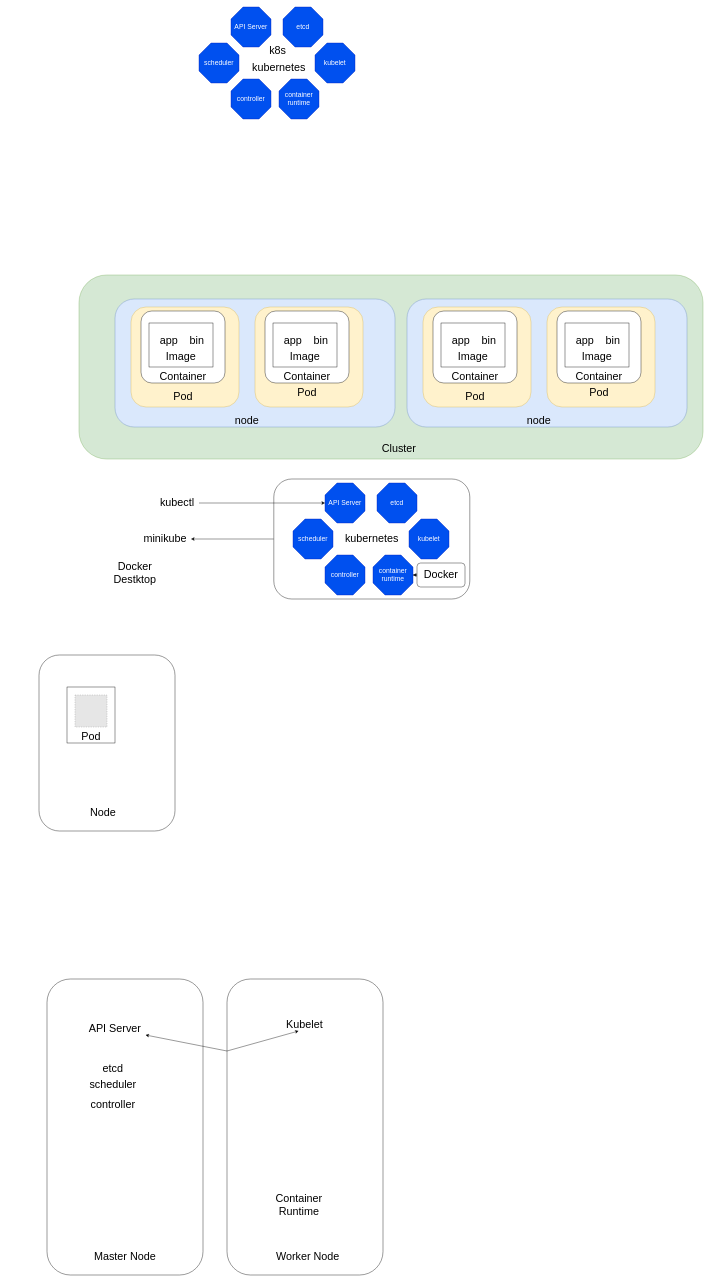
ibrahimediz/KubernetesEgitim_2706_0107 keeps this draw.io diagram as Documents/kubernetesArch.drawio. Above is the earlier version. Source tidied: cells renumbered, new cells numbered last; positions are measured from the earlier drawing's top-left corner, leaving out a move shared by most shapes. Both pictures are drawn from the tidied source at 40%, with x=0, y=0 at pixel (39, 7). Pictures stored in the file or linked from it are replaced by grey dashed boxes.
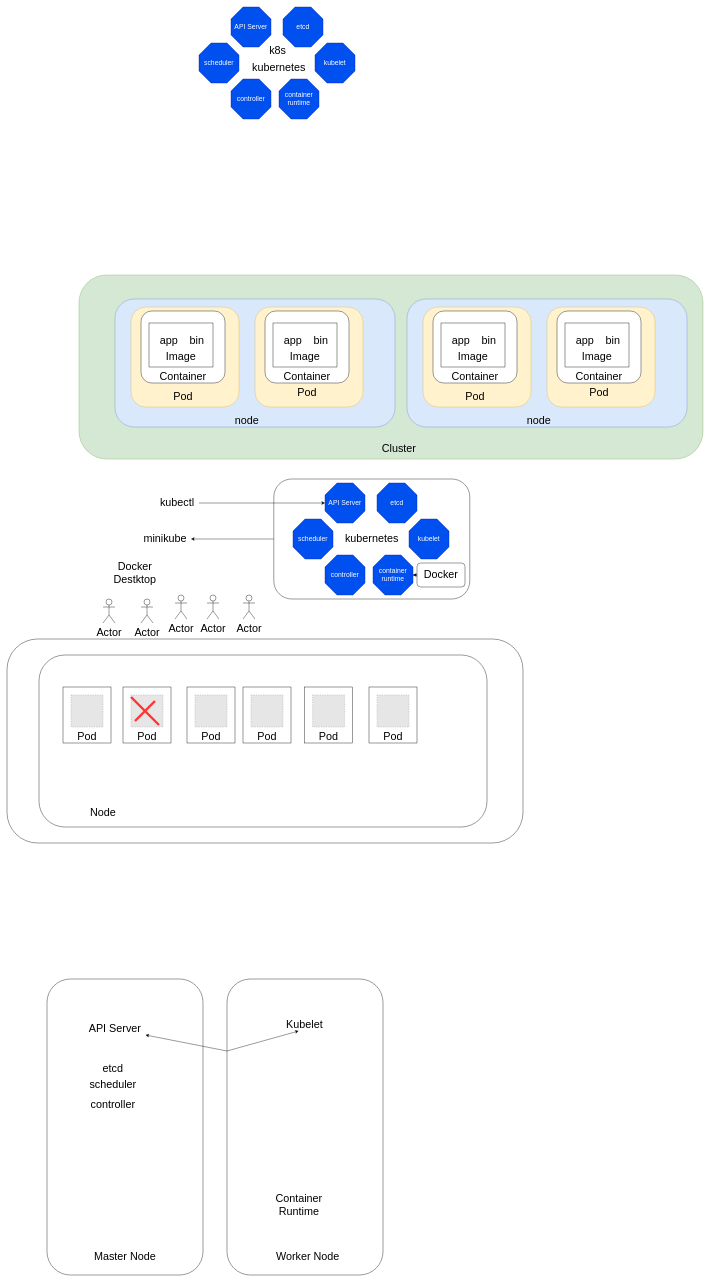
Above is the later version.

Change to the diagram source:
```diff
@@
+    <mxCell id="80" style="rounded=1;whiteSpace=wrap;html=1;fontSize=27;" parent="1" vertex="1">
+      <mxGeometry x="-80" y="1580" width="1290" height="510" as="geometry" />
+    </mxCell>
@@
     <mxCell id="64" style="rounded=1;whiteSpace=wrap;html=1;fontSize=27;" parent="1" vertex="1">
-      <mxGeometry y="1620" width="340" height="440" as="geometry" />
+      <mxGeometry y="1620" width="1120" height="430" as="geometry" />
     </mxCell>
@@
-    <mxCell id="66" style="rounded=0;whiteSpace=wrap;html=1;fontSize=27;" parent="1" vertex="1">
-      <mxGeometry x="70" y="1700" width="120" height="140" as="geometry" />
-    </mxCell>
-    <mxCell id="67" style="fillColor=#E6E6E6;strokeColor=#999999;dashed=1;verticalLabelPosition=bottom;labelBackgroundColor=default;verticalAlign=top;" parent="1" vertex="1">
-      <mxGeometry x="90" y="1720" width="80" height="80" as="geometry" />
-    </mxCell>
-    <mxCell id="68" value="Pod" style="text;html=1;strokeColor=none;fillColor=none;align=center;verticalAlign=middle;whiteSpace=wrap;rounded=0;fontSize=27;" parent="1" vertex="1">
-      <mxGeometry x="100" y="1810" width="60" height="30" as="geometry" />
-    </mxCell>
@@
+    <mxCell id="81" style="group;" parent="1" vertex="1">
+      <mxGeometry x="210" y="1700" width="120" height="140" as="geometry" />
+    </mxCell>
+    <mxCell id="82" style="rounded=0;whiteSpace=wrap;html=1;fontSize=27;" parent="81" vertex="1">
+      <mxGeometry width="120" height="140" as="geometry" />
+    </mxCell>
+    <mxCell id="83" style="fillColor=#E6E6E6;strokeColor=#999999;dashed=1;verticalLabelPosition=bottom;labelBackgroundColor=default;verticalAlign=top;" parent="81" vertex="1">
+      <mxGeometry x="20" y="20" width="80" height="80" as="geometry" />
+    </mxCell>
+    <mxCell id="84" value="Pod" style="text;html=1;strokeColor=none;fillColor=none;align=center;verticalAlign=middle;whiteSpace=wrap;rounded=0;fontSize=27;" parent="81" vertex="1">
+      <mxGeometry x="30" y="110" width="60" height="30" as="geometry" />
+    </mxCell>
+    <mxCell id="85" style="endArrow=none;html=1;rounded=0;fontSize=27;strokeColor=#FF3333;strokeWidth=6;" parent="81" edge="1">
+      <mxGeometry relative="1" as="geometry">
+        <mxPoint x="30" y="85" as="sourcePoint" />
+        <mxPoint x="80" y="35" as="targetPoint" />
+      </mxGeometry>
+    </mxCell>
+    <mxCell id="86" style="endArrow=none;html=1;rounded=0;fontSize=27;strokeColor=#FF3333;strokeWidth=6;" parent="81" edge="1">
+      <mxGeometry relative="1" as="geometry">
+        <mxPoint x="90" y="95" as="sourcePoint" />
+        <mxPoint x="20" y="25" as="targetPoint" />
+      </mxGeometry>
+    </mxCell>
+    <mxCell id="87" value="Actor" style="shape=umlActor;verticalLabelPosition=bottom;verticalAlign=top;html=1;fontSize=27;" parent="1" vertex="1">
+      <mxGeometry x="420" y="1470" width="30" height="60" as="geometry" />
+    </mxCell>
+    <mxCell id="88" style="group;" parent="1" vertex="1">
+      <mxGeometry x="60" y="1700" width="120" height="140" as="geometry" />
+    </mxCell>
+    <mxCell id="89" style="rounded=0;whiteSpace=wrap;html=1;fontSize=27;" parent="88" vertex="1">
+      <mxGeometry width="120" height="140" as="geometry" />
+    </mxCell>
+    <mxCell id="90" style="fillColor=#E6E6E6;strokeColor=#999999;dashed=1;verticalLabelPosition=bottom;labelBackgroundColor=default;verticalAlign=top;" parent="88" vertex="1">
+      <mxGeometry x="20" y="20" width="80" height="80" as="geometry" />
+    </mxCell>
+    <mxCell id="91" value="Pod" style="text;html=1;strokeColor=none;fillColor=none;align=center;verticalAlign=middle;whiteSpace=wrap;rounded=0;fontSize=27;" parent="88" vertex="1">
+      <mxGeometry x="30" y="110" width="60" height="30" as="geometry" />
+    </mxCell>
+    <mxCell id="92" value="Actor" style="shape=umlActor;verticalLabelPosition=bottom;verticalAlign=top;html=1;fontSize=27;" parent="1" vertex="1">
+      <mxGeometry x="510" y="1470" width="30" height="60" as="geometry" />
+    </mxCell>
+    <mxCell id="93" value="Actor" style="shape=umlActor;verticalLabelPosition=bottom;verticalAlign=top;html=1;fontSize=27;" parent="1" vertex="1">
+      <mxGeometry x="340" y="1470" width="30" height="60" as="geometry" />
+    </mxCell>
+    <mxCell id="94" value="Actor" style="shape=umlActor;verticalLabelPosition=bottom;verticalAlign=top;html=1;fontSize=27;" parent="1" vertex="1">
+      <mxGeometry x="255" y="1480" width="30" height="60" as="geometry" />
+    </mxCell>
+    <mxCell id="95" value="Actor" style="shape=umlActor;verticalLabelPosition=bottom;verticalAlign=top;html=1;fontSize=27;" parent="1" vertex="1">
+      <mxGeometry x="160" y="1480" width="30" height="60" as="geometry" />
+    </mxCell>
+    <mxCell id="96" style="group;" parent="1" vertex="1">
+      <mxGeometry x="370" y="1700" width="120" height="140" as="geometry" />
+    </mxCell>
+    <mxCell id="97" style="rounded=0;whiteSpace=wrap;html=1;fontSize=27;" parent="96" vertex="1">
+      <mxGeometry width="120" height="140" as="geometry" />
+    </mxCell>
+    <mxCell id="98" style="fillColor=#E6E6E6;strokeColor=#999999;dashed=1;verticalLabelPosition=bottom;labelBackgroundColor=default;verticalAlign=top;" parent="96" vertex="1">
+      <mxGeometry x="20" y="20" width="80" height="80" as="geometry" />
+    </mxCell>
+    <mxCell id="99" value="Pod" style="text;html=1;strokeColor=none;fillColor=none;align=center;verticalAlign=middle;whiteSpace=wrap;rounded=0;fontSize=27;" parent="96" vertex="1">
+      <mxGeometry x="30" y="110" width="60" height="30" as="geometry" />
+    </mxCell>
+    <mxCell id="100" style="group;" parent="1" vertex="1">
+      <mxGeometry x="510" y="1700" width="120" height="140" as="geometry" />
+    </mxCell>
+    <mxCell id="101" style="rounded=0;whiteSpace=wrap;html=1;fontSize=27;" parent="100" vertex="1">
+      <mxGeometry width="120" height="140" as="geometry" />
+    </mxCell>
+    <mxCell id="102" style="fillColor=#E6E6E6;strokeColor=#999999;dashed=1;verticalLabelPosition=bottom;labelBackgroundColor=default;verticalAlign=top;" parent="100" vertex="1">
+      <mxGeometry x="20" y="20" width="80" height="80" as="geometry" />
+    </mxCell>
+    <mxCell id="103" value="Pod" style="text;html=1;strokeColor=none;fillColor=none;align=center;verticalAlign=middle;whiteSpace=wrap;rounded=0;fontSize=27;" parent="100" vertex="1">
+      <mxGeometry x="30" y="110" width="60" height="30" as="geometry" />
+    </mxCell>
+    <mxCell id="104" style="group;" parent="1" vertex="1">
+      <mxGeometry x="664" y="1700" width="120" height="140" as="geometry" />
+    </mxCell>
+    <mxCell id="105" style="rounded=0;whiteSpace=wrap;html=1;fontSize=27;" parent="104" vertex="1">
+      <mxGeometry width="120" height="140" as="geometry" />
+    </mxCell>
+    <mxCell id="106" style="fillColor=#E6E6E6;strokeColor=#999999;dashed=1;verticalLabelPosition=bottom;labelBackgroundColor=default;verticalAlign=top;" parent="104" vertex="1">
+      <mxGeometry x="20" y="20" width="80" height="80" as="geometry" />
+    </mxCell>
+    <mxCell id="107" value="Pod" style="text;html=1;strokeColor=none;fillColor=none;align=center;verticalAlign=middle;whiteSpace=wrap;rounded=0;fontSize=27;" parent="104" vertex="1">
+      <mxGeometry x="30" y="110" width="60" height="30" as="geometry" />
+    </mxCell>
+    <mxCell id="108" style="group;" parent="1" vertex="1">
+      <mxGeometry x="825" y="1700" width="120" height="140" as="geometry" />
+    </mxCell>
+    <mxCell id="109" style="rounded=0;whiteSpace=wrap;html=1;fontSize=27;" parent="108" vertex="1">
+      <mxGeometry width="120" height="140" as="geometry" />
+    </mxCell>
+    <mxCell id="110" style="fillColor=#E6E6E6;strokeColor=#999999;dashed=1;verticalLabelPosition=bottom;labelBackgroundColor=default;verticalAlign=top;" parent="108" vertex="1">
+      <mxGeometry x="20" y="20" width="80" height="80" as="geometry" />
+    </mxCell>
+    <mxCell id="111" value="Pod" style="text;html=1;strokeColor=none;fillColor=none;align=center;verticalAlign=middle;whiteSpace=wrap;rounded=0;fontSize=27;" parent="108" vertex="1">
+      <mxGeometry x="30" y="110" width="60" height="30" as="geometry" />
+    </mxCell>
```
